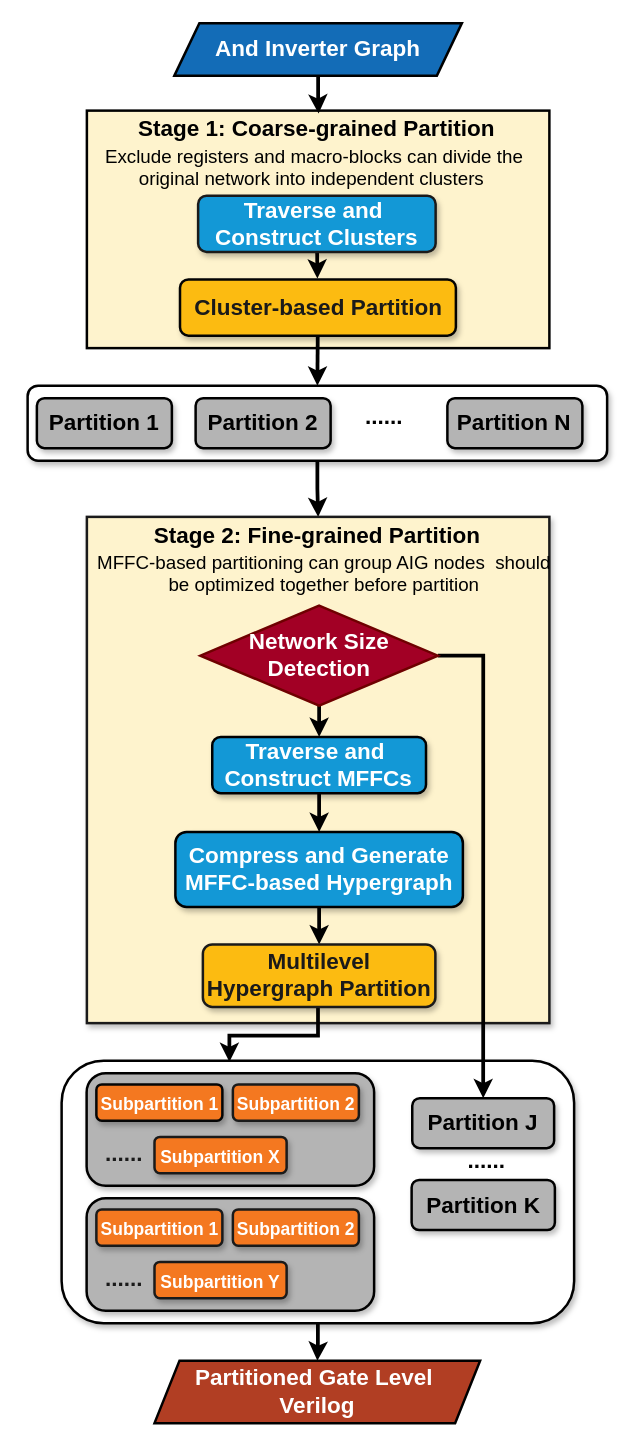
Before: PartitionFlow.drawio in kxzhu0505/LogicSynOpt, a draw.io diagram. Source tidied: cells renumbered, new cells numbered last; positions are measured from the earlier drawing's top-left corner, leaving out a move shared by most shapes. Both pictures are drawn from the tidied source at 125%, with x=0, y=0 at pixel (28, 22).
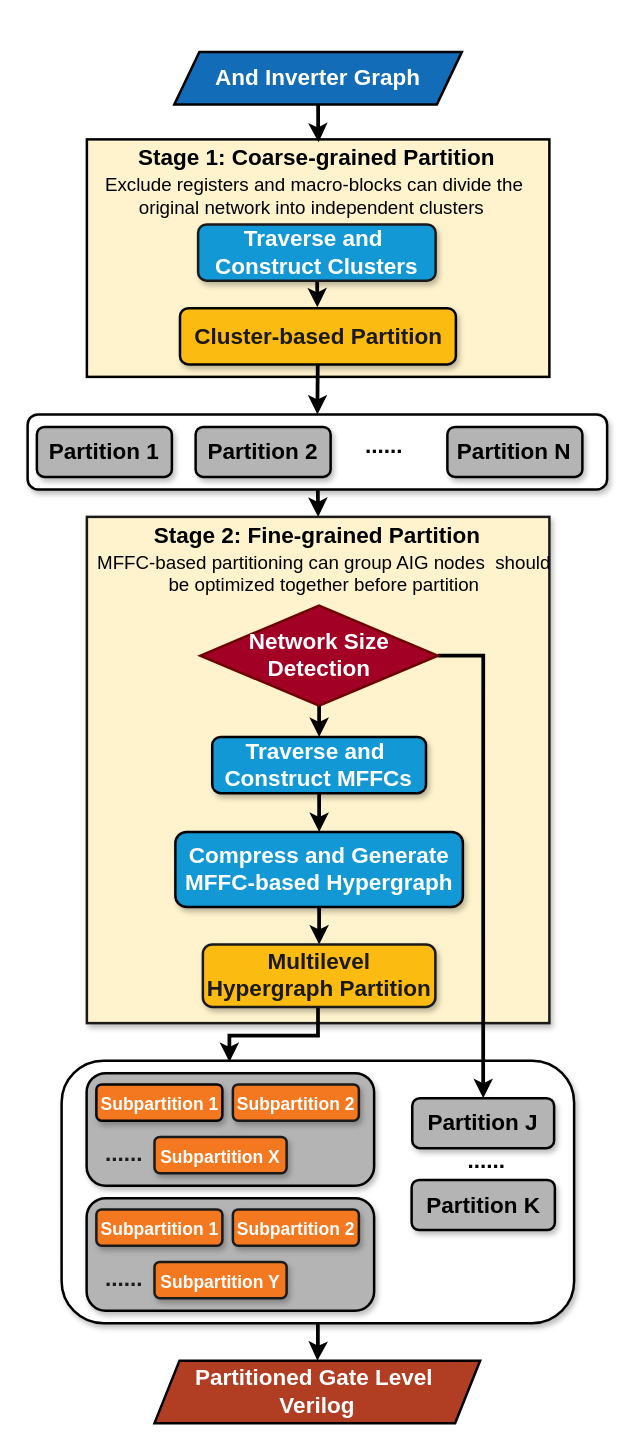
Above is the later version.

The change refers to these unchanged cells:
```xml
<mxCell id="16" style="rounded=0;whiteSpace=wrap;html=1;strokeWidth=2;shadow=1;fillColor=#fef3cd;strokeColor=#1A1A1A;" parent="1" vertex="1">
  <mxGeometry x="47" y="395" width="370" height="405" as="geometry" />
</mxCell>
```

Diff of the diagram source:
```diff
@@
     <mxCell id="4" style="edgeStyle=orthogonalEdgeStyle;rounded=0;orthogonalLoop=1;jettySize=auto;html=1;entryX=0.5;entryY=0;entryDx=0;entryDy=0;fontStyle=1;fontSize=15;strokeWidth=3;" parent="1" edge="1">
       <mxGeometry relative="1" as="geometry">
-        <mxPoint x="237.2" y="1639" as="sourcePoint" />
+        <mxPoint x="237.2" y="1662" as="sourcePoint" />
       </mxGeometry>
     </mxCell>
-    <mxCell id="5" style="edgeStyle=orthogonalEdgeStyle;rounded=0;jettySize=auto;html=1;entryX=0.5;entryY=0;entryDx=0;entryDy=0;strokeWidth=3;" parent="1" edge="1" source="6" target="16">
+    <mxCell id="5" style="rounded=0;jettySize=auto;html=1;entryX=0.5;entryY=0;entryDx=0;entryDy=0;strokeWidth=3;" parent="1" edge="1" source="6" target="16">
       <mxGeometry relative="1" as="geometry" />
     </mxCell>
     <mxCell id="6" style="rounded=1;whiteSpace=wrap;html=1;shadow=1;strokeWidth=2;fontSize=18;arcSize=14;" parent="1" vertex="1">
-      <mxGeometry x="-0.4" y="290" width="463.6" height="60" as="geometry" />
+      <mxGeometry x="-0.4" y="313" width="463.6" height="60" as="geometry" />
     </mxCell>
     <mxCell id="7" value="&lt;font face=&quot;Helvetica&quot; style=&quot;font-size: 18px;&quot;&gt;Partition 1&lt;/font&gt;" style="rounded=1;whiteSpace=wrap;html=1;fontStyle=1;fontSize=18;strokeWidth=2;shadow=1;fillColor=#B4B4B4;" parent="1" vertex="1">
-      <mxGeometry x="7" y="300" width="108" height="40" as="geometry" />
+      <mxGeometry x="7" y="323" width="108" height="40" as="geometry" />
     </mxCell>
     <mxCell id="8" value="&lt;font face=&quot;Helvetica&quot; style=&quot;font-size: 18px;&quot;&gt;......&lt;/font&gt;" style="text;html=1;strokeColor=none;fillColor=none;align=center;verticalAlign=middle;whiteSpace=wrap;rounded=0;fontStyle=1;fontSize=18;strokeWidth=3;" parent="1" vertex="1">
-      <mxGeometry x="255" y="300" width="60" height="30" as="geometry" />
+      <mxGeometry x="255" y="323" width="60" height="30" as="geometry" />
     </mxCell>
     <mxCell id="9" value="&lt;font face=&quot;Helvetica&quot; style=&quot;font-size: 18px;&quot;&gt;Partition N&lt;/font&gt;" style="rounded=1;whiteSpace=wrap;html=1;fontStyle=1;fontSize=18;strokeWidth=2;shadow=1;fillColor=#B4B4B4;" parent="1" vertex="1">
-      <mxGeometry x="335.4" y="300" width="108" height="40" as="geometry" />
+      <mxGeometry x="335.4" y="323" width="108" height="40" as="geometry" />
     </mxCell>
     <mxCell id="10" value="&lt;font face=&quot;Helvetica&quot; style=&quot;font-size: 18px;&quot;&gt;Partition 2&lt;/font&gt;" style="rounded=1;whiteSpace=wrap;html=1;fontStyle=1;fontSize=18;strokeWidth=2;shadow=1;fillColor=#B4B4B4;" parent="1" vertex="1">
-      <mxGeometry x="134" y="300" width="108" height="40" as="geometry" />
+      <mxGeometry x="134" y="323" width="108" height="40" as="geometry" />
     </mxCell>
@@
     <mxCell id="24" style="rounded=0;whiteSpace=wrap;html=1;strokeWidth=2;fillColor=#FEF3CD;strokeColor=#000000;" parent="1" vertex="1">
-      <mxGeometry x="47" y="70" width="370" height="190" as="geometry" />
+      <mxGeometry x="47" y="93" width="370" height="190" as="geometry" />
     </mxCell>
     <mxCell id="25" value="&lt;span style=&quot;font-size: 18px; font-weight: 700;&quot;&gt;&lt;font color=&quot;#ffffff&quot;&gt;And Inverter Graph&lt;/font&gt;&lt;/span&gt;" style="shape=parallelogram;perimeter=parallelogramPerimeter;whiteSpace=wrap;html=1;fixedSize=1;fillColor=#136cb7;strokeColor=#000000;strokeWidth=2;" parent="1" vertex="1">
-      <mxGeometry x="117" width="230" height="42" as="geometry" />
+      <mxGeometry x="117" y="23" width="230" height="42" as="geometry" />
     </mxCell>
@@
     <mxCell id="27" value="&lt;br&gt;&lt;b style=&quot;forced-color-adjust: none; color: rgb(0, 0, 0); font-family: Helvetica; font-style: normal; font-variant-ligatures: normal; font-variant-caps: normal; letter-spacing: normal; orphans: 2; text-align: center; text-indent: 0px; text-transform: none; widows: 2; word-spacing: 0px; -webkit-text-stroke-width: 0px; white-space: normal; text-decoration-thickness: initial; text-decoration-style: initial; text-decoration-color: initial; font-size: 18px;&quot;&gt;Stage 1: Coarse-grained Partition&lt;/b&gt;&lt;div&gt;&lt;br/&gt;&lt;/div&gt;" style="text;html=1;align=center;verticalAlign=middle;whiteSpace=wrap;rounded=0;fillColor=none;" parent="1" vertex="1">
-      <mxGeometry x="66.4" y="70" width="330" height="30" as="geometry" />
+      <mxGeometry x="66.4" y="93" width="330" height="30" as="geometry" />
     </mxCell>
@@
     <mxCell id="29" value="&lt;b style=&quot;&quot;&gt;&lt;font style=&quot;font-size: 18px;&quot;&gt;Traverse and&amp;nbsp; Construct Clusters&lt;/font&gt;&lt;/b&gt;" style="rounded=1;whiteSpace=wrap;html=1;fillColor=#1398d6;strokeColor=#1A1A1A;strokeWidth=2;shadow=1;fontColor=#ffffff;" parent="1" vertex="1">
-      <mxGeometry x="136" y="138" width="190" height="45" as="geometry" />
+      <mxGeometry x="136" y="161" width="190" height="45" as="geometry" />
     </mxCell>
@@
     <mxCell id="31" value="&lt;font color=&quot;#1a1a1a&quot;&gt;&lt;b&gt;&lt;font style=&quot;font-size: 18px;&quot;&gt;Cluster-based&amp;nbsp;&lt;/font&gt;&lt;/b&gt;&lt;b style=&quot;&quot;&gt;&lt;font style=&quot;font-size: 18px;&quot;&gt;Partition&lt;/font&gt;&lt;/b&gt;&lt;/font&gt;" style="rounded=1;whiteSpace=wrap;html=1;fillColor=#fcbb11;strokeColor=#030303;strokeWidth=2;shadow=1;fontColor=#ffffff;" parent="1" vertex="1">
-      <mxGeometry x="121.5" y="205" width="220.7" height="45" as="geometry" />
+      <mxGeometry x="121.5" y="228" width="220.7" height="45" as="geometry" />
     </mxCell>
@@
     <mxCell id="44" value="&lt;font style=&quot;font-size: 15px;&quot;&gt;&amp;nbsp;Exclude registers and macro-blocks can divide the original network into independent clusters&lt;/font&gt;" style="text;html=1;align=center;verticalAlign=middle;whiteSpace=wrap;rounded=0;" parent="1" vertex="1">
-      <mxGeometry x="37" y="100" width="380" height="30" as="geometry" />
+      <mxGeometry x="37" y="123" width="380" height="30" as="geometry" />
     </mxCell>
```
